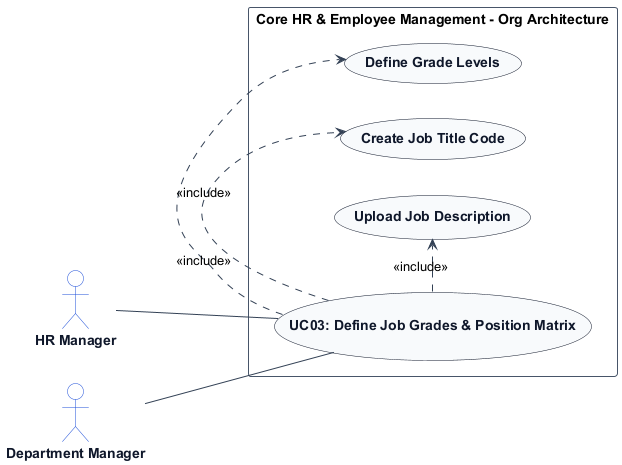
The PlantUML diagram usecase_images/module_01_core_hr/UC03.png in TamBui1706/HRPlatform, before a commit. Source of this version:
```plantuml
@startuml
left to right direction
skinparam shadowing false
skinparam packageStyle rectangle
skinparam actorStyle stickman

skinparam ArrowColor #334155
skinparam ActorBorderColor #1d4ed8
skinparam ActorBackgroundColor #ffffff
skinparam ActorFontColor #0f172a
skinparam ActorFontStyle bold

skinparam UsecaseBorderColor #0f172a
skinparam UsecaseBackgroundColor #f8fafc
skinparam UsecaseFontColor #0f172a
skinparam UsecaseFontStyle bold

skinparam RectangleBorderColor #475569
skinparam RectangleBackgroundColor #ffffff

actor "HR Manager" as HRManager
actor "Department Manager" as DepartmentManager

rectangle "Core HR & Employee Management - Org Architecture" {
    usecase "UC03: Define Job Grades & Position Matrix" as UC_Main
    usecase "Define Grade Levels" as UC_Grade
    usecase "Create Job Title Code" as UC_JobCode
    usecase "Upload Job Description" as UC_JD

    HRManager -- UC_Main
    DepartmentManager -- UC_Main
    UC_Main .> UC_Grade : <<include>>
    UC_Main .> UC_JobCode : <<include>>
    UC_Main .> UC_JD : <<include>>
}
@enduml
```
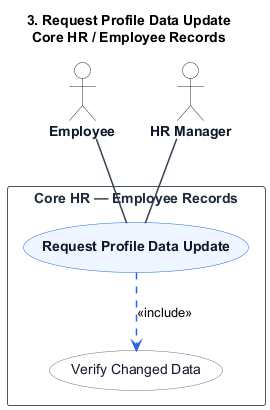
After the change.

The edit, as a diff of the source:
```diff
@@ -1,36 +1,59 @@
 @startuml
-left to right direction
+title 3. Request Profile Data Update\nCore HR / Employee Records
+
 skinparam shadowing false
 skinparam packageStyle rectangle
 skinparam actorStyle stickman
 
-skinparam ArrowColor #334155
-skinparam ActorBorderColor #1d4ed8
+hide stereotype
+
+skinparam ActorBorderColor #1e293b
 skinparam ActorBackgroundColor #ffffff
 skinparam ActorFontColor #0f172a
 skinparam ActorFontStyle bold
 
-skinparam UsecaseBorderColor #0f172a
-skinparam UsecaseBackgroundColor #f8fafc
-skinparam UsecaseFontColor #0f172a
-skinparam UsecaseFontStyle bold
-
 skinparam RectangleBorderColor #475569
 skinparam RectangleBackgroundColor #ffffff
+skinparam RectangleFontColor #1e293b
+skinparam RectangleFontStyle bold
 
+skinparam ArrowColor #334155
+skinparam ArrowThickness 1.5
+
+skinparam usecase {
+    BackgroundColor #eff6ff
+    BorderColor #2563eb
+    FontColor #0f172a
+    FontStyle bold
+}
+
+skinparam usecase<<Inc>> {
+    BackgroundColor #ffffff
+    BorderColor #64748b
+    FontColor #0f172a
+    FontStyle normal
+}
+
+skinparam usecase<<Ext>> {
+    BackgroundColor #fffbeb
+    BorderColor #d97706
+    FontColor #0f172a
+    FontStyle normal
+}
+
+actor "Employee" as Employee
 actor "HR Manager" as HRManager
-actor "Department Manager" as DepartmentManager
 
-rectangle "Core HR & Employee Management - Org Architecture" {
-    usecase "UC03: Define Job Grades & Position Matrix" as UC_Main
-    usecase "Define Grade Levels" as UC_Grade
-    usecase "Create Job Title Code" as UC_JobCode
-    usecase "Upload Job Description" as UC_JD
+rectangle "Core HR — Employee Records" {
+    usecase "Request Profile Data Update" as UC_Main
 
+    usecase "Verify Changed Data" as UC_Inc1 <<Inc>>
+
+
+    Employee -- UC_Main
     HRManager -- UC_Main
-    DepartmentManager -- UC_Main
-    UC_Main .> UC_Grade : <<include>>
-    UC_Main .> UC_JobCode : <<include>>
-    UC_Main .> UC_JD : <<include>>
+
+    UC_Main .[#2563eb].> UC_Inc1 : <<include>>
+
 }
 @enduml
```
